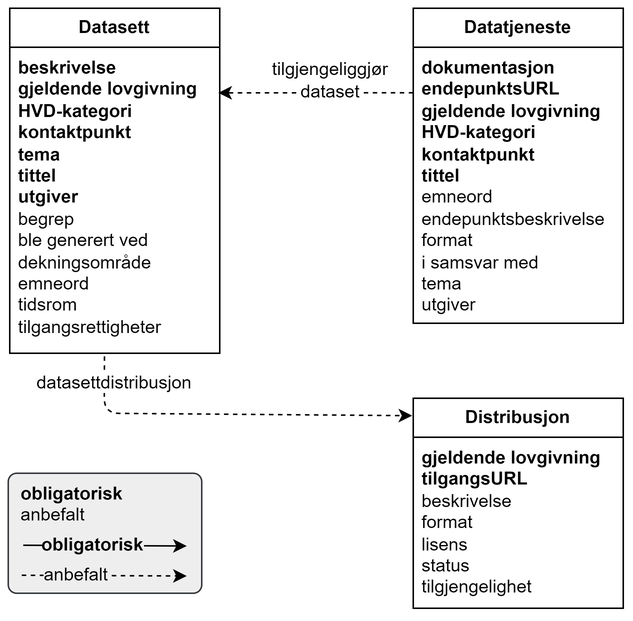
Earlier version of the draw.io export docs/images/HVD-DCAT-AP-NO-forenklet-fremstilling.png (Informasjonsforvaltning/hvd-dcat-ap-no). Source tidied: cells renumbered, new cells last; positions are measured from the earlier drawing's top-left corner, leaving out a move shared by most shapes.
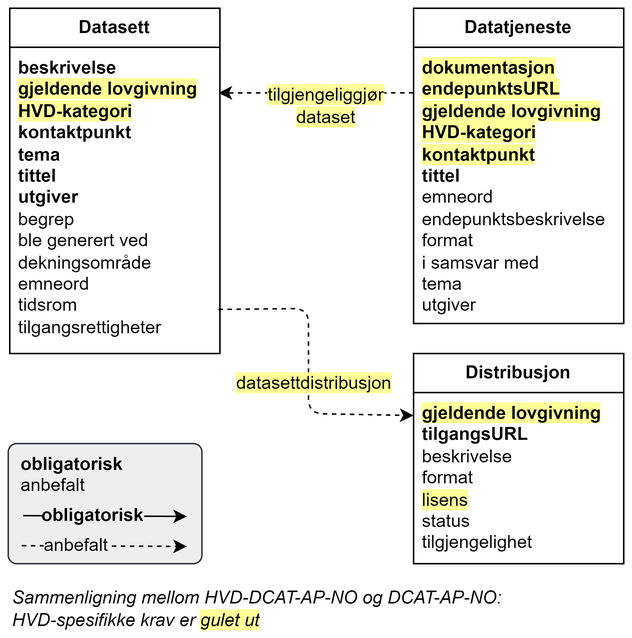
The same file after the commit.

What changed in the source:
```diff
@@ -5,39 +5,40 @@
     <mxCell id="2" value="&lt;b&gt;Datasett&lt;/b&gt;" style="swimlane;fontStyle=0;horizontal=1;startSize=26;fillColor=none;whiteSpace=wrap;html=1;" parent="1" vertex="1">
       <mxGeometry x="1" width="140" height="230" as="geometry" />
     </mxCell>
-    <mxCell id="3" value="&lt;div style=&quot;&quot;&gt;&lt;span style=&quot;background-color: rgb(255, 255, 255);&quot;&gt;&lt;b&gt;beskrivelse&lt;/b&gt;&lt;/span&gt;&lt;/div&gt;&lt;div style=&quot;&quot;&gt;&lt;span style=&quot;background-color: rgb(255, 255, 255);&quot;&gt;&lt;b&gt;gjeldende lovgivning&lt;/b&gt;&lt;/span&gt;&lt;/div&gt;&lt;div style=&quot;&quot;&gt;&lt;b style=&quot;&quot;&gt;HVD-kategori&lt;/b&gt;&lt;/div&gt;&lt;div style=&quot;&quot;&gt;&lt;b style=&quot;&quot;&gt;kontaktpunkt&lt;/b&gt;&lt;/div&gt;&lt;div style=&quot;&quot;&gt;&lt;span style=&quot;background-color: rgb(255, 255, 255);&quot;&gt;&lt;b&gt;tema&lt;/b&gt;&lt;/span&gt;&lt;/div&gt;&lt;div style=&quot;&quot;&gt;&lt;b&gt;tittel&lt;/b&gt;&lt;/div&gt;&lt;div style=&quot;&quot;&gt;&lt;b&gt;utgiver&lt;/b&gt;&lt;/div&gt;&lt;div style=&quot;&quot;&gt;&lt;span style=&quot;background-color: rgb(255, 255, 255);&quot;&gt;begrep&lt;/span&gt;&lt;br&gt;&lt;/div&gt;&lt;div style=&quot;&quot;&gt;&lt;span style=&quot;background-color: rgb(255, 255, 255);&quot;&gt;ble generert ved&lt;/span&gt;&lt;/div&gt;&lt;div style=&quot;&quot;&gt;&lt;span style=&quot;background-color: rgb(255, 255, 255);&quot;&gt;dekningsområde&lt;/span&gt;&lt;/div&gt;&lt;div style=&quot;&quot;&gt;&lt;span style=&quot;background-color: rgb(255, 255, 255);&quot;&gt;emneord&lt;/span&gt;&lt;/div&gt;&lt;div style=&quot;&quot;&gt;&lt;span style=&quot;background-color: rgb(255, 255, 255);&quot;&gt;tidsrom&lt;/span&gt;&lt;/div&gt;&lt;div style=&quot;&quot;&gt;&lt;span style=&quot;background-color: rgb(255, 255, 255);&quot;&gt;tilgangsrettigheter&lt;/span&gt;&lt;/div&gt;" style="text;strokeColor=none;fillColor=none;align=left;verticalAlign=top;spacingLeft=4;spacingRight=4;overflow=hidden;points=[[0,0.5],[1,0.5]];portConstraint=eastwest;whiteSpace=wrap;html=1;" parent="2" vertex="1">
+    <mxCell id="3" value="&lt;div style=&quot;&quot;&gt;&lt;span style=&quot;background-color: rgb(255, 255, 255);&quot;&gt;&lt;b&gt;beskrivelse&lt;/b&gt;&lt;/span&gt;&lt;/div&gt;&lt;div style=&quot;&quot;&gt;&lt;b style=&quot;background-color: rgb(255, 255, 153);&quot;&gt;gjeldende lovgivning&lt;/b&gt;&lt;/div&gt;&lt;div style=&quot;&quot;&gt;&lt;b style=&quot;background-color: rgb(255, 255, 153);&quot;&gt;HVD-kategori&lt;/b&gt;&lt;/div&gt;&lt;div style=&quot;&quot;&gt;&lt;b style=&quot;&quot;&gt;kontaktpunkt&lt;/b&gt;&lt;/div&gt;&lt;div style=&quot;&quot;&gt;&lt;span style=&quot;background-color: rgb(255, 255, 255);&quot;&gt;&lt;b&gt;tema&lt;/b&gt;&lt;/span&gt;&lt;/div&gt;&lt;div style=&quot;&quot;&gt;&lt;b&gt;tittel&lt;/b&gt;&lt;/div&gt;&lt;div style=&quot;&quot;&gt;&lt;b&gt;utgiver&lt;/b&gt;&lt;/div&gt;&lt;div style=&quot;&quot;&gt;&lt;span style=&quot;background-color: rgb(255, 255, 255);&quot;&gt;begrep&lt;/span&gt;&lt;br&gt;&lt;/div&gt;&lt;div style=&quot;&quot;&gt;&lt;span style=&quot;background-color: rgb(255, 255, 255);&quot;&gt;ble generert ved&lt;/span&gt;&lt;/div&gt;&lt;div style=&quot;&quot;&gt;&lt;span style=&quot;background-color: rgb(255, 255, 255);&quot;&gt;dekningsområde&lt;/span&gt;&lt;/div&gt;&lt;div style=&quot;&quot;&gt;&lt;span style=&quot;background-color: rgb(255, 255, 255);&quot;&gt;emneord&lt;/span&gt;&lt;/div&gt;&lt;div style=&quot;&quot;&gt;&lt;span style=&quot;background-color: rgb(255, 255, 255);&quot;&gt;tidsrom&lt;/span&gt;&lt;/div&gt;&lt;div style=&quot;&quot;&gt;&lt;span style=&quot;background-color: rgb(255, 255, 255);&quot;&gt;tilgangsrettigheter&lt;/span&gt;&lt;/div&gt;" style="text;strokeColor=none;fillColor=none;align=left;verticalAlign=top;spacingLeft=4;spacingRight=4;overflow=hidden;points=[[0,0.5],[1,0.5]];portConstraint=eastwest;whiteSpace=wrap;html=1;" parent="2" vertex="1">
       <mxGeometry y="26" width="140" height="204" as="geometry" />
     </mxCell>
     <mxCell id="4" value="&lt;b&gt;Datatjeneste&lt;/b&gt;" style="swimlane;fontStyle=0;horizontal=1;startSize=26;fillColor=none;whiteSpace=wrap;html=1;" parent="1" vertex="1">
       <mxGeometry x="270" width="140" height="210" as="geometry" />
     </mxCell>
-    <mxCell id="5" value="&lt;div style=&quot;&quot;&gt;&lt;span style=&quot;background-color: rgb(255, 255, 255);&quot;&gt;&lt;b&gt;dokumentasjon&lt;/b&gt;&lt;/span&gt;&lt;/div&gt;&lt;div style=&quot;&quot;&gt;&lt;span style=&quot;background-color: rgb(255, 255, 255);&quot;&gt;&lt;b&gt;endepunktsURL&lt;/b&gt;&lt;/span&gt;&lt;/div&gt;&lt;div style=&quot;&quot;&gt;&lt;span style=&quot;background-color: rgb(255, 255, 255);&quot;&gt;&lt;b&gt;gjeldende lovgivning&lt;/b&gt;&lt;/span&gt;&lt;/div&gt;&lt;div&gt;&lt;span style=&quot;background-color: rgb(255, 255, 255);&quot;&gt;&lt;b&gt;HVD-kategori&lt;/b&gt;&lt;/span&gt;&lt;/div&gt;&lt;div&gt;&lt;span style=&quot;background-color: rgb(255, 255, 255);&quot;&gt;&lt;b&gt;kontaktpunkt&lt;/b&gt;&lt;/span&gt;&lt;/div&gt;&lt;div style=&quot;&quot;&gt;&lt;span style=&quot;background-color: rgb(255, 255, 255);&quot;&gt;&lt;b&gt;tittel&lt;/b&gt;&lt;/span&gt;&lt;/div&gt;&lt;div style=&quot;&quot;&gt;&lt;span style=&quot;background-color: rgb(255, 255, 255);&quot;&gt;emneord&lt;/span&gt;&lt;br&gt;&lt;/div&gt;&lt;div style=&quot;&quot;&gt;&lt;span style=&quot;background-color: rgb(255, 255, 255);&quot;&gt;endepunktsbeskrivelse&lt;/span&gt;&lt;/div&gt;&lt;div style=&quot;&quot;&gt;&lt;span style=&quot;background-color: rgb(255, 255, 255);&quot;&gt;format&lt;/span&gt;&lt;/div&gt;&lt;div style=&quot;&quot;&gt;&lt;span style=&quot;background-color: rgb(255, 255, 255);&quot;&gt;i samsvar med&lt;/span&gt;&lt;/div&gt;&lt;div style=&quot;&quot;&gt;&lt;span style=&quot;background-color: rgb(255, 255, 255);&quot;&gt;tema&lt;/span&gt;&lt;/div&gt;&lt;div style=&quot;&quot;&gt;&lt;span style=&quot;background-color: rgb(255, 255, 255);&quot;&gt;utgiver&lt;/span&gt;&lt;/div&gt;" style="text;strokeColor=none;fillColor=none;align=left;verticalAlign=top;spacingLeft=4;spacingRight=4;overflow=hidden;points=[[0,0.5],[1,0.5]];portConstraint=eastwest;whiteSpace=wrap;html=1;" parent="4" vertex="1">
+    <mxCell id="5" value="&lt;div style=&quot;&quot;&gt;&lt;b style=&quot;background-color: rgb(255, 255, 153);&quot;&gt;dokumentasjon&lt;/b&gt;&lt;/div&gt;&lt;div style=&quot;&quot;&gt;&lt;b style=&quot;background-color: rgb(255, 255, 153);&quot;&gt;endepunktsURL&lt;/b&gt;&lt;/div&gt;&lt;div style=&quot;&quot;&gt;&lt;b style=&quot;background-color: rgb(255, 255, 153);&quot;&gt;gjeldende lovgivning&lt;/b&gt;&lt;/div&gt;&lt;div&gt;&lt;b style=&quot;background-color: rgb(255, 255, 153);&quot;&gt;HVD-kategori&lt;/b&gt;&lt;/div&gt;&lt;div&gt;&lt;b style=&quot;background-color: rgb(255, 255, 153);&quot;&gt;kontaktpunkt&lt;/b&gt;&lt;/div&gt;&lt;div style=&quot;&quot;&gt;&lt;span style=&quot;background-color: rgb(255, 255, 255);&quot;&gt;&lt;b&gt;tittel&lt;/b&gt;&lt;/span&gt;&lt;/div&gt;&lt;div style=&quot;&quot;&gt;&lt;span style=&quot;background-color: rgb(255, 255, 255);&quot;&gt;emneord&lt;/span&gt;&lt;br&gt;&lt;/div&gt;&lt;div style=&quot;&quot;&gt;&lt;span style=&quot;background-color: rgb(255, 255, 255);&quot;&gt;endepunktsbeskrivelse&lt;/span&gt;&lt;/div&gt;&lt;div style=&quot;&quot;&gt;&lt;span style=&quot;background-color: rgb(255, 255, 255);&quot;&gt;format&lt;/span&gt;&lt;/div&gt;&lt;div style=&quot;&quot;&gt;&lt;span style=&quot;background-color: rgb(255, 255, 255);&quot;&gt;i samsvar med&lt;/span&gt;&lt;/div&gt;&lt;div style=&quot;&quot;&gt;&lt;span style=&quot;background-color: rgb(255, 255, 255);&quot;&gt;tema&lt;/span&gt;&lt;/div&gt;&lt;div style=&quot;&quot;&gt;&lt;span style=&quot;background-color: rgb(255, 255, 255);&quot;&gt;utgiver&lt;/span&gt;&lt;/div&gt;" style="text;strokeColor=none;fillColor=none;align=left;verticalAlign=top;spacingLeft=4;spacingRight=4;overflow=hidden;points=[[0,0.5],[1,0.5]];portConstraint=eastwest;whiteSpace=wrap;html=1;" parent="4" vertex="1">
       <mxGeometry y="26" width="140" height="184" as="geometry" />
     </mxCell>
     <mxCell id="6" value="&lt;b&gt;Distribusjon&lt;/b&gt;" style="swimlane;fontStyle=0;horizontal=1;startSize=26;fillColor=none;whiteSpace=wrap;html=1;" parent="1" vertex="1">
-      <mxGeometry x="270" y="260" width="140" height="140" as="geometry" />
+      <mxGeometry x="270" y="230" width="140" height="140" as="geometry" />
     </mxCell>
-    <mxCell id="7" value="&lt;div style=&quot;&quot;&gt;&lt;span style=&quot;background-color: rgb(255, 255, 255);&quot;&gt;&lt;b&gt;gjeldende lovgivning&lt;/b&gt;&lt;/span&gt;&lt;/div&gt;&lt;div style=&quot;&quot;&gt;&lt;span style=&quot;background-color: rgb(255, 255, 255);&quot;&gt;&lt;b&gt;tilgangsURL&lt;/b&gt;&lt;/span&gt;&lt;/div&gt;&lt;div style=&quot;&quot;&gt;&lt;span style=&quot;background-color: rgb(255, 255, 255);&quot;&gt;beskrivelse&lt;/span&gt;&lt;br&gt;&lt;/div&gt;&lt;div style=&quot;&quot;&gt;&lt;span style=&quot;background-color: rgb(255, 255, 255);&quot;&gt;format&lt;/span&gt;&lt;/div&gt;&lt;div style=&quot;&quot;&gt;&lt;span style=&quot;background-color: rgb(255, 255, 255);&quot;&gt;lisens&lt;/span&gt;&lt;/div&gt;&lt;div style=&quot;&quot;&gt;&lt;span style=&quot;background-color: rgb(255, 255, 255);&quot;&gt;status&lt;/span&gt;&lt;/div&gt;&lt;div style=&quot;&quot;&gt;&lt;span style=&quot;background-color: rgb(255, 255, 255);&quot;&gt;tilgjengelighet&lt;/span&gt;&lt;/div&gt;" style="text;strokeColor=none;fillColor=none;align=left;verticalAlign=top;spacingLeft=4;spacingRight=4;overflow=hidden;points=[[0,0.5],[1,0.5]];portConstraint=eastwest;whiteSpace=wrap;html=1;" parent="6" vertex="1">
+    <mxCell id="7" value="&lt;div style=&quot;&quot;&gt;&lt;b style=&quot;background-color: rgb(255, 255, 153);&quot;&gt;gjeldende lovgivning&lt;/b&gt;&lt;/div&gt;&lt;div style=&quot;&quot;&gt;&lt;span style=&quot;background-color: rgb(255, 255, 255);&quot;&gt;&lt;b&gt;tilgangsURL&lt;/b&gt;&lt;/span&gt;&lt;/div&gt;&lt;div style=&quot;&quot;&gt;&lt;span style=&quot;background-color: rgb(255, 255, 255);&quot;&gt;beskrivelse&lt;/span&gt;&lt;br&gt;&lt;/div&gt;&lt;div style=&quot;&quot;&gt;&lt;span style=&quot;background-color: rgb(255, 255, 255);&quot;&gt;format&lt;/span&gt;&lt;/div&gt;&lt;div style=&quot;&quot;&gt;&lt;span style=&quot;background-color: rgb(255, 255, 153);&quot;&gt;lisens&lt;/span&gt;&lt;/div&gt;&lt;div style=&quot;&quot;&gt;&lt;span style=&quot;background-color: rgb(255, 255, 255);&quot;&gt;status&lt;/span&gt;&lt;/div&gt;&lt;div style=&quot;&quot;&gt;&lt;span style=&quot;background-color: rgb(255, 255, 255);&quot;&gt;tilgjengelighet&lt;/span&gt;&lt;/div&gt;" style="text;strokeColor=none;fillColor=none;align=left;verticalAlign=top;spacingLeft=4;spacingRight=4;overflow=hidden;points=[[0,0.5],[1,0.5]];portConstraint=eastwest;whiteSpace=wrap;html=1;" parent="6" vertex="1">
       <mxGeometry y="26" width="140" height="114" as="geometry" />
     </mxCell>
-    <mxCell id="8" style="endArrow=classic;html=1;rounded=1;dashed=1;entryX=-0.005;entryY=0.083;entryDx=0;entryDy=0;entryPerimeter=0;curved=0;exitX=0.451;exitY=1.01;exitDx=0;exitDy=0;exitPerimeter=0;" parent="1" edge="1" source="3" target="6">
+    <mxCell id="8" style="endArrow=classic;html=1;rounded=1;dashed=1;entryX=0;entryY=0.134;entryDx=0;entryDy=0;entryPerimeter=0;curved=0;exitX=0.993;exitY=0.856;exitDx=0;exitDy=0;exitPerimeter=0;" parent="1" edge="1" source="3" target="7">
       <mxGeometry relative="1" as="geometry">
         <Array as="points">
-          <mxPoint x="64" y="270" />
+          <mxPoint x="200" y="200" />
+          <mxPoint x="200" y="270" />
         </Array>
       </mxGeometry>
     </mxCell>
-    <mxCell id="9" value="&lt;div&gt;&lt;span style=&quot;background-color: rgb(255, 255, 255);&quot;&gt;datasettdistribusjon&lt;/span&gt;&lt;/div&gt;" style="text;html=1;align=center;verticalAlign=middle;whiteSpace=wrap;rounded=0;" parent="1" vertex="1">
-      <mxGeometry x="41" y="240" width="60" height="20" as="geometry" />
+    <mxCell id="9" value="&lt;div&gt;&lt;span style=&quot;background-color: rgb(255, 255, 153);&quot;&gt;datasettdistribusjon&lt;/span&gt;&lt;/div&gt;" style="text;html=1;align=center;verticalAlign=middle;whiteSpace=wrap;rounded=0;" parent="1" vertex="1">
+      <mxGeometry x="174" y="240" width="60" height="20" as="geometry" />
     </mxCell>
     <mxCell id="10" style="endArrow=classic;html=1;rounded=1;exitX=0;exitY=0.165;exitDx=0;exitDy=0;dashed=1;exitPerimeter=0;curved=0;entryX=0.993;entryY=0.149;entryDx=0;entryDy=0;entryPerimeter=0;" parent="1" edge="1" source="5" target="3">
       <mxGeometry relative="1" as="geometry" />
     </mxCell>
-    <mxCell id="11" value="&lt;div&gt;&lt;span style=&quot;background-color: rgb(255, 255, 255);&quot;&gt;tilgjengeliggjør dataset&lt;/span&gt;&lt;/div&gt;" style="text;html=1;align=center;verticalAlign=middle;whiteSpace=wrap;rounded=0;" parent="1" vertex="1">
-      <mxGeometry x="170" y="33" width="90" height="30" as="geometry" />
+    <mxCell id="11" value="&lt;div&gt;&lt;span style=&quot;background-color: rgb(255, 255, 153);&quot;&gt;tilgjengeliggjør dataset&lt;/span&gt;&lt;/div&gt;" style="text;html=1;align=center;verticalAlign=middle;whiteSpace=wrap;rounded=0;" parent="1" vertex="1">
+      <mxGeometry x="167" y="50" width="90" height="30" as="geometry" />
     </mxCell>
     <mxCell id="12" style="group;" parent="1" vertex="1">
-      <mxGeometry y="310" width="129" height="80" as="geometry" />
+      <mxGeometry y="290" width="129" height="80" as="geometry" />
     </mxCell>
     <mxCell id="13" value="&lt;b&gt;&amp;nbsp; obligatorisk&lt;/b&gt;&lt;div&gt;&amp;nbsp; anbefalt&lt;/div&gt;" style="rounded=1;whiteSpace=wrap;html=1;align=left;verticalAlign=top;arcSize=7;fillColor=#eeeeee;strokeColor=#36393d;" parent="12" vertex="1">
       <mxGeometry width="129" height="80" as="geometry" />
@@ -66,5 +67,8 @@
     <mxCell id="19" value="&lt;span style=&quot;background-color: rgb(238, 238, 238);&quot;&gt;anbefalt&lt;/span&gt;" style="text;html=1;align=center;verticalAlign=middle;whiteSpace=wrap;rounded=0;" parent="17" vertex="1">
       <mxGeometry x="10.7" width="51.2" height="16" as="geometry" />
     </mxCell>
+    <mxCell id="20" value="Sammenligning mellom HVD-DCAT-AP-NO og DCAT-AP-NO: HVD-spesifikke krav er&amp;nbsp;&lt;span style=&quot;background-color: rgb(255, 255, 153);&quot;&gt;gulet ut&lt;/span&gt;&lt;span style=&quot;background-color: rgb(255 , 255 , 255)&quot;&gt;&amp;nbsp;&lt;/span&gt;" style="text;html=1;strokeColor=none;fillColor=none;align=left;verticalAlign=middle;whiteSpace=wrap;rounded=0;fontStyle=2;" parent="1" vertex="1">
+      <mxGeometry x="1" y="390" width="335" height="20" as="geometry" />
+    </mxCell>
   </root>
 </mxGraphModel>
```
